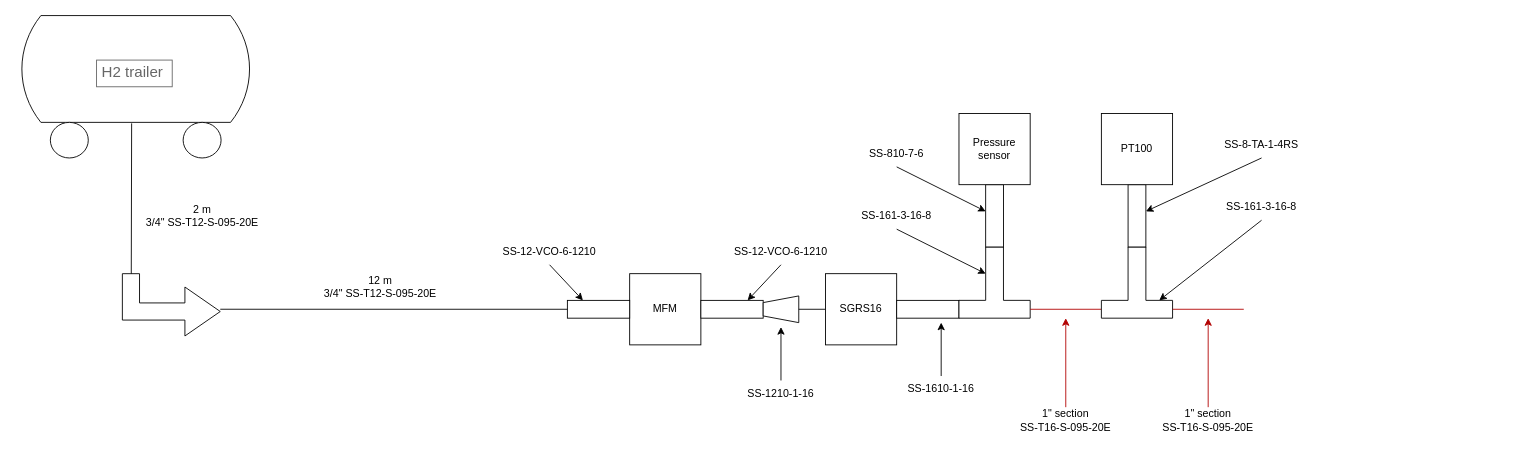
gatw/draw_io keeps this draw.io diagram as deyalyedIgnitionFullsetup.drawio. Above is the earlier version. Source tidied: cells renumbered, new cells numbered last; positions are measured from the earlier drawing's top-left corner, leaving out a move shared by most shapes. Both pictures are drawn from the tidied source at 89%, with x=0, y=0 at pixel (15, 15).
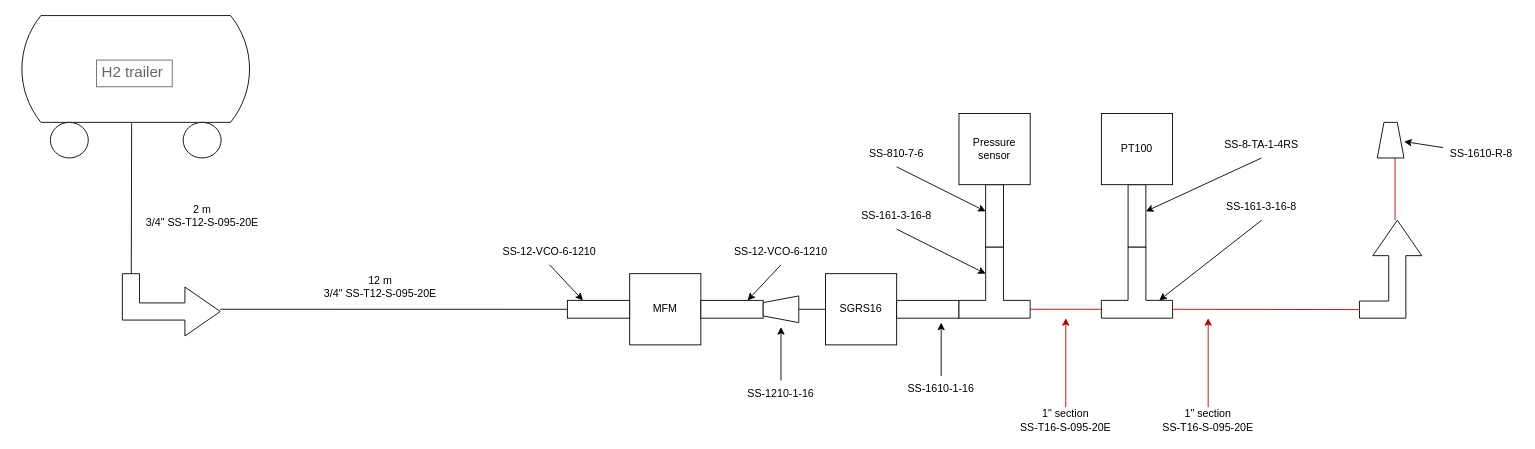
Above is the later version.

What changed in the source:
```diff
@@
-    <mxCell id="43" style="endArrow=none;html=1;rounded=0;defaultLabelBackgroundColor=page;fillColor=#e51400;strokeColor=#B20000;" parent="1" edge="1">
+    <mxCell id="43" style="endArrow=none;html=1;rounded=0;defaultLabelBackgroundColor=page;fillColor=#e51400;strokeColor=#B20000;entryX=0;entryY=0;entryDx=9.63;entryDy=70;entryPerimeter=0;" parent="1" edge="1" target="46">
       <mxGeometry relative="1" as="geometry">
         <mxPoint x="1300" y="330" as="sourcePoint" />
-        <mxPoint x="1380" y="330" as="targetPoint" />
       </mxGeometry>
     </mxCell>
@@
+    <mxCell id="46" style="html=1;shadow=0;dashed=0;align=center;verticalAlign=middle;shape=mxgraph.arrows2.bendArrow;dy=9.63;dx=39.74;notch=0;arrowHead=55;rounded=0;strokeWidth=1;flipH=1;legacyAnchorPoints=0;rotation=90;" parent="1" vertex="1">
+      <mxGeometry x="1490" y="250" width="110" height="70" as="geometry" />
+    </mxCell>
+    <mxCell id="47" style="endArrow=none;html=1;rounded=0;defaultLabelBackgroundColor=page;fillColor=#e51400;strokeColor=#B20000;exitX=1;exitY=0.429;exitDx=0;exitDy=0;exitPerimeter=0;" parent="1" edge="1" source="46">
+      <mxGeometry relative="1" as="geometry">
+        <mxPoint x="1550" y="160" as="targetPoint" />
+      </mxGeometry>
+    </mxCell>
+    <mxCell id="48" style="verticalLabelPosition=bottom;align=center;dashed=0;html=1;verticalAlign=top;shape=mxgraph.pid.piping.concentric_reducer;labelPerimeter=1;rotation=-90;" parent="1" vertex="1">
+      <mxGeometry x="1525" y="125" width="40" height="30" as="geometry" />
+    </mxCell>
+    <mxCell id="49" value="SS-1610-R-8" style="text;html=1;whiteSpace=wrap;strokeColor=none;fillColor=none;align=center;verticalAlign=middle;rounded=0;" parent="1" vertex="1">
+      <mxGeometry x="1604" y="140" width="86" height="30" as="geometry" />
+    </mxCell>
+    <mxCell id="50" style="endArrow=classic;html=1;rounded=0;defaultLabelBackgroundColor=page;entryX=0.46;entryY=1.005;entryDx=0;entryDy=0;entryPerimeter=0;" parent="1" edge="1" source="49" target="48">
+      <mxGeometry relative="1" as="geometry" />
+    </mxCell>
```
